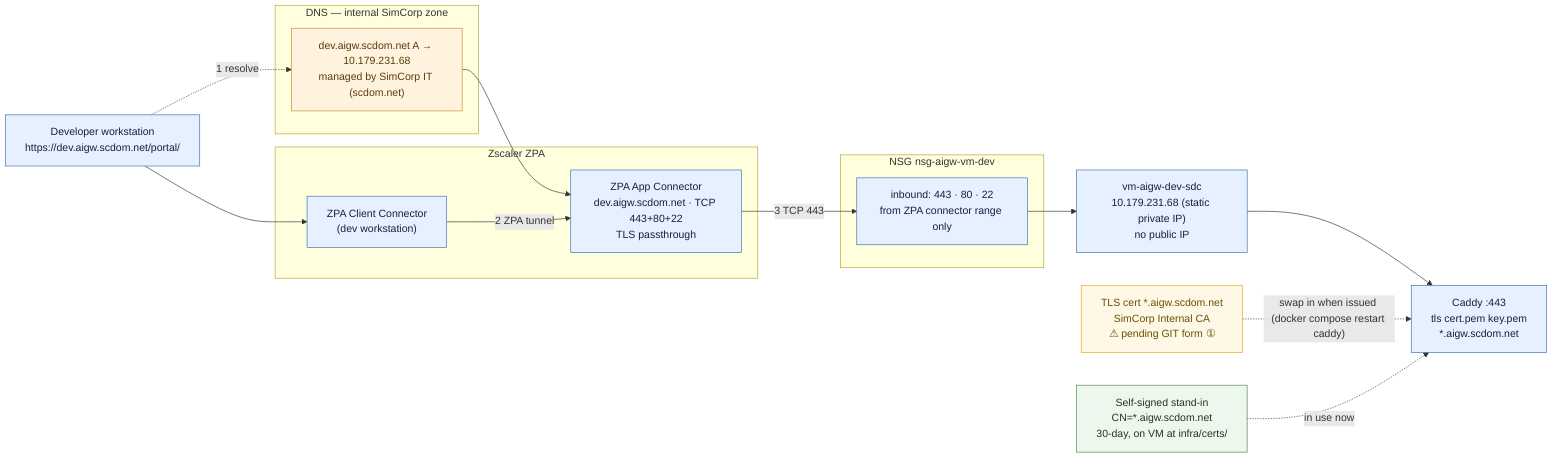
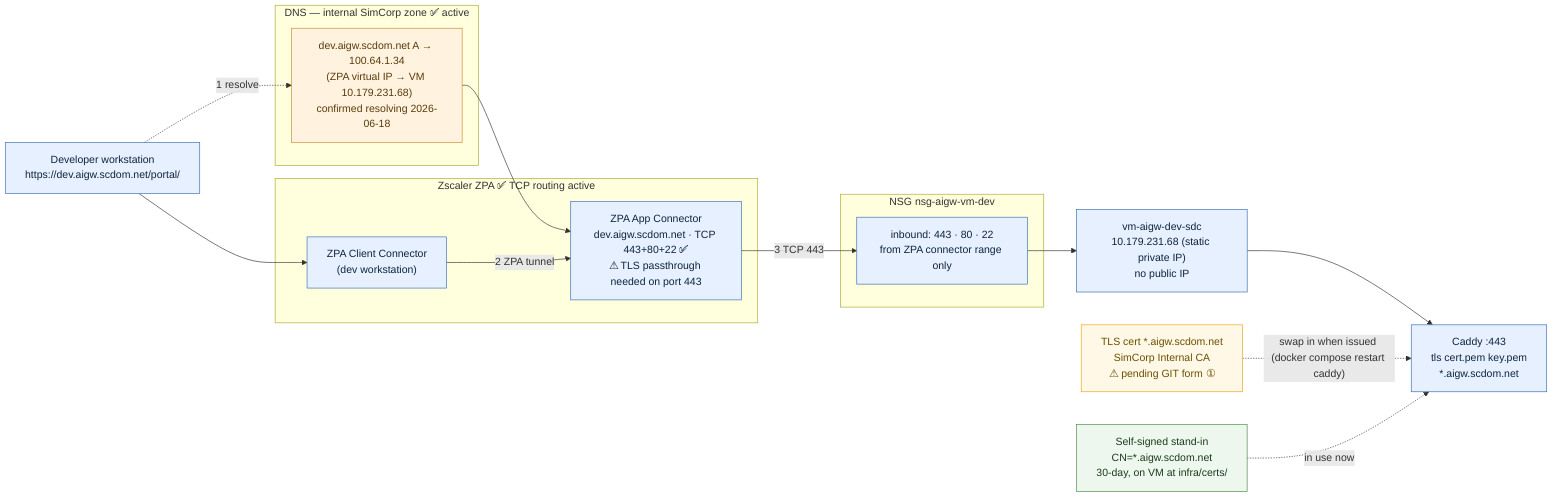
flowchart LR
  dev["Developer workstation\nhttps://dev.aigw.scdom.net/portal/"]

-   subgraph DNSZ["DNS — internal SimCorp zone"]
-     int["dev.aigw.scdom.net A → 10.179.231.68\nmanaged by SimCorp IT (scdom.net)"]
+   subgraph DNSZ["DNS — internal SimCorp zone  ✅ active"]
+     int["dev.aigw.scdom.net A → 100.64.1.34\n(ZPA virtual IP → VM 10.179.231.68)\nconfirmed resolving 2026-06-18"]
  end

-   subgraph ZPA["Zscaler ZPA"]
+   subgraph ZPA["Zscaler ZPA  ✅ TCP routing active"]
    zcc["ZPA Client Connector\n(dev workstation)"]
-     zac["ZPA App Connector\ndev.aigw.scdom.net · TCP 443+80+22\nTLS passthrough"]
+     zac["ZPA App Connector\ndev.aigw.scdom.net · TCP 443+80+22 ✅\n⚠ TLS passthrough needed on port 443"]
  end

  subgraph NSG["NSG nsg-aigw-vm-dev"]
    nsg["inbound: 443 · 80 · 22\nfrom ZPA connector range only"]
  end

  vm["vm-aigw-dev-sdc\n10.179.231.68 (static private IP)\nno public IP"]
  caddy["Caddy :443\ntls cert.pem key.pem\n*.aigw.scdom.net"]

  cert_issued["TLS cert *.aigw.scdom.net\nSimCorp Internal CA\n⚠ pending GIT form ①"]
  cert_interim["Self-signed stand-in\nCN=*.aigw.scdom.net\n30-day, on VM at infra/certs/"]

  dev -. "1 resolve" .-> int
  dev --> zcc
  int --> zac
  zcc -->|"2 ZPA tunnel"| zac -->|"3 TCP 443"| nsg --> vm --> caddy
  cert_issued -. "swap in when issued (docker compose restart caddy)" .-> caddy
  cert_interim -. "in use now" .-> caddy

  classDef dns fill:#fff3e0,stroke:#cc8a2e,color:#5a3b0a;
  classDef net fill:#e6f0ff,stroke:#3b6fb0,color:#10243e;
  classDef pending fill:#fff8e6,stroke:#e6a817,color:#6b4f00;
  classDef active fill:#eef7ee,stroke:#4a8a4a,color:#1d3a1d;
  class int dns;
  class dev,zcc,zac,nsg,vm,caddy net;
  class cert_issued pending;
  class cert_interim active;
